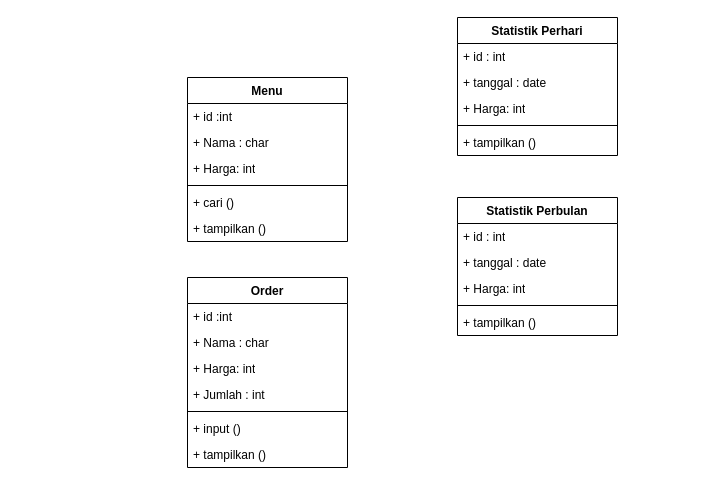
This is Diagram-class-cashier .drawio from fjarr/cashier, a draw.io file, before an edit. Source tidied: cells renumbered, new cells numbered last; positions are measured from the earlier drawing's top-left corner, leaving out a move shared by most shapes. Both pictures are drawn from the tidied source at 100%, with x=0, y=0 at pixel (187, 17).
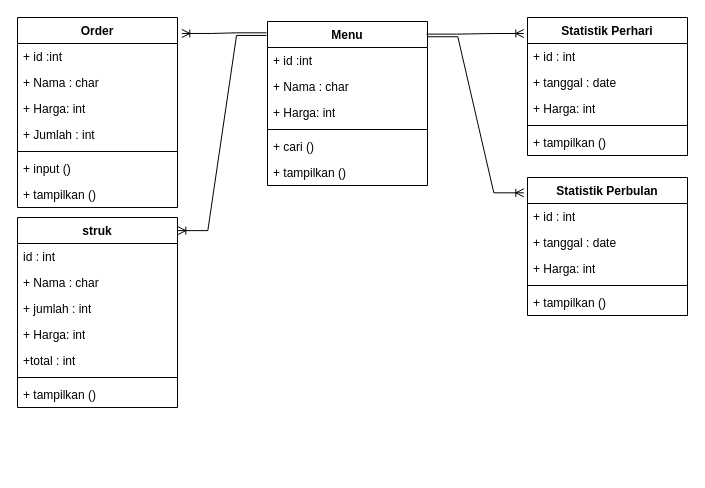
The same diagram, later.

Diff of the diagram source:
```diff
@@
     <mxCell id="2" value="Menu" style="swimlane;fontStyle=1;align=center;verticalAlign=top;horizontal=1;startSize=26;whiteSpace=wrap;html=1;" parent="1" vertex="1">
-      <mxGeometry y="60" width="160" height="164" as="geometry" />
+      <mxGeometry x="80" y="4" width="160" height="164" as="geometry" />
     </mxCell>
@@
     <mxCell id="9" value="Statistik Perhari" style="swimlane;fontStyle=1;align=center;verticalAlign=top;horizontal=1;startSize=26;whiteSpace=wrap;html=1;" parent="1" vertex="1">
-      <mxGeometry x="270" width="160" height="138" as="geometry" />
+      <mxGeometry x="340" width="160" height="138" as="geometry" />
     </mxCell>
@@
     <mxCell id="15" value="Statistik Perbulan" style="swimlane;fontStyle=1;align=center;verticalAlign=top;horizontal=1;startSize=26;whiteSpace=wrap;html=1;" parent="1" vertex="1">
-      <mxGeometry x="270" y="180" width="160" height="138" as="geometry" />
+      <mxGeometry x="340" y="160" width="160" height="138" as="geometry" />
     </mxCell>
@@
     <mxCell id="21" value="Order" style="swimlane;fontStyle=1;align=center;verticalAlign=top;horizontal=1;startSize=26;whiteSpace=wrap;html=1;" parent="1" vertex="1">
-      <mxGeometry y="260" width="160" height="190" as="geometry" />
+      <mxGeometry x="-170" width="160" height="190" as="geometry" />
     </mxCell>
@@
+    <mxCell id="29" value="struk" style="swimlane;fontStyle=1;align=center;verticalAlign=top;horizontal=1;startSize=26;whiteSpace=wrap;html=1;" parent="1" vertex="1">
+      <mxGeometry x="-170" y="200" width="160" height="190" as="geometry" />
+    </mxCell>
+    <mxCell id="30" value="id : int" style="text;strokeColor=none;fillColor=none;align=left;verticalAlign=top;spacingLeft=4;spacingRight=4;overflow=hidden;whiteSpace=wrap;html=1;" parent="29" vertex="1">
+      <mxGeometry y="26" width="160" height="26" as="geometry" />
+    </mxCell>
+    <mxCell id="31" value="+ Nama : char" style="text;strokeColor=none;fillColor=none;align=left;verticalAlign=top;spacingLeft=4;spacingRight=4;overflow=hidden;whiteSpace=wrap;html=1;" parent="29" vertex="1">
+      <mxGeometry y="52" width="160" height="26" as="geometry" />
+    </mxCell>
+    <mxCell id="32" value="+ jumlah : int" style="text;strokeColor=none;fillColor=none;align=left;verticalAlign=top;spacingLeft=4;spacingRight=4;overflow=hidden;whiteSpace=wrap;html=1;" parent="29" vertex="1">
+      <mxGeometry y="78" width="160" height="26" as="geometry" />
+    </mxCell>
+    <mxCell id="33" value="+ Harga: int" style="text;strokeColor=none;fillColor=none;align=left;verticalAlign=top;spacingLeft=4;spacingRight=4;overflow=hidden;whiteSpace=wrap;html=1;" parent="29" vertex="1">
+      <mxGeometry y="104" width="160" height="26" as="geometry" />
+    </mxCell>
+    <mxCell id="34" value="+total : int" style="text;strokeColor=none;fillColor=none;align=left;verticalAlign=top;spacingLeft=4;spacingRight=4;overflow=hidden;whiteSpace=wrap;html=1;" parent="29" vertex="1">
+      <mxGeometry y="130" width="160" height="26" as="geometry" />
+    </mxCell>
+    <mxCell id="35" style="line;strokeWidth=1;fillColor=none;align=left;verticalAlign=middle;spacingTop=-1;spacingLeft=3;spacingRight=3;labelPosition=right;strokeColor=inherit;" parent="29" vertex="1">
+      <mxGeometry y="156" width="160" height="8" as="geometry" />
+    </mxCell>
+    <mxCell id="36" value="+ tampilkan ()" style="text;strokeColor=none;fillColor=none;align=left;verticalAlign=top;spacingLeft=4;spacingRight=4;overflow=hidden;whiteSpace=wrap;html=1;" parent="29" vertex="1">
+      <mxGeometry y="164" width="160" height="26" as="geometry" />
+    </mxCell>
+    <mxCell id="37" style="edgeStyle=entityRelationEdgeStyle;fontSize=12;html=1;endArrow=ERoneToMany;rounded=0;entryX=-0.023;entryY=0.116;entryDx=0;entryDy=0;entryPerimeter=0;exitX=0.994;exitY=0.077;exitDx=0;exitDy=0;exitPerimeter=0;" parent="1" edge="1" source="2" target="9">
+      <mxGeometry relative="1" as="geometry" />
+    </mxCell>
+    <mxCell id="38" style="edgeStyle=entityRelationEdgeStyle;fontSize=12;html=1;endArrow=ERoneToMany;rounded=0;entryX=1.002;entryY=0.069;entryDx=0;entryDy=0;entryPerimeter=0;exitX=-0.006;exitY=0.085;exitDx=0;exitDy=0;exitPerimeter=0;" parent="1" edge="1" source="2" target="29">
+      <mxGeometry relative="1" as="geometry" />
+    </mxCell>
+    <mxCell id="39" style="edgeStyle=entityRelationEdgeStyle;fontSize=12;html=1;endArrow=ERoneToMany;rounded=0;exitX=1.002;exitY=0.093;exitDx=0;exitDy=0;exitPerimeter=0;entryX=-0.023;entryY=0.111;entryDx=0;entryDy=0;entryPerimeter=0;" parent="1" edge="1" source="2" target="15">
+      <mxGeometry relative="1" as="geometry" />
+    </mxCell>
+    <mxCell id="40" style="edgeStyle=entityRelationEdgeStyle;fontSize=12;html=1;endArrow=ERoneToMany;rounded=0;entryX=1.027;entryY=0.084;entryDx=0;entryDy=0;exitX=-0.006;exitY=0.069;exitDx=0;exitDy=0;exitPerimeter=0;entryPerimeter=0;" parent="1" edge="1" source="2" target="21">
+      <mxGeometry relative="1" as="geometry" />
+    </mxCell>
```
